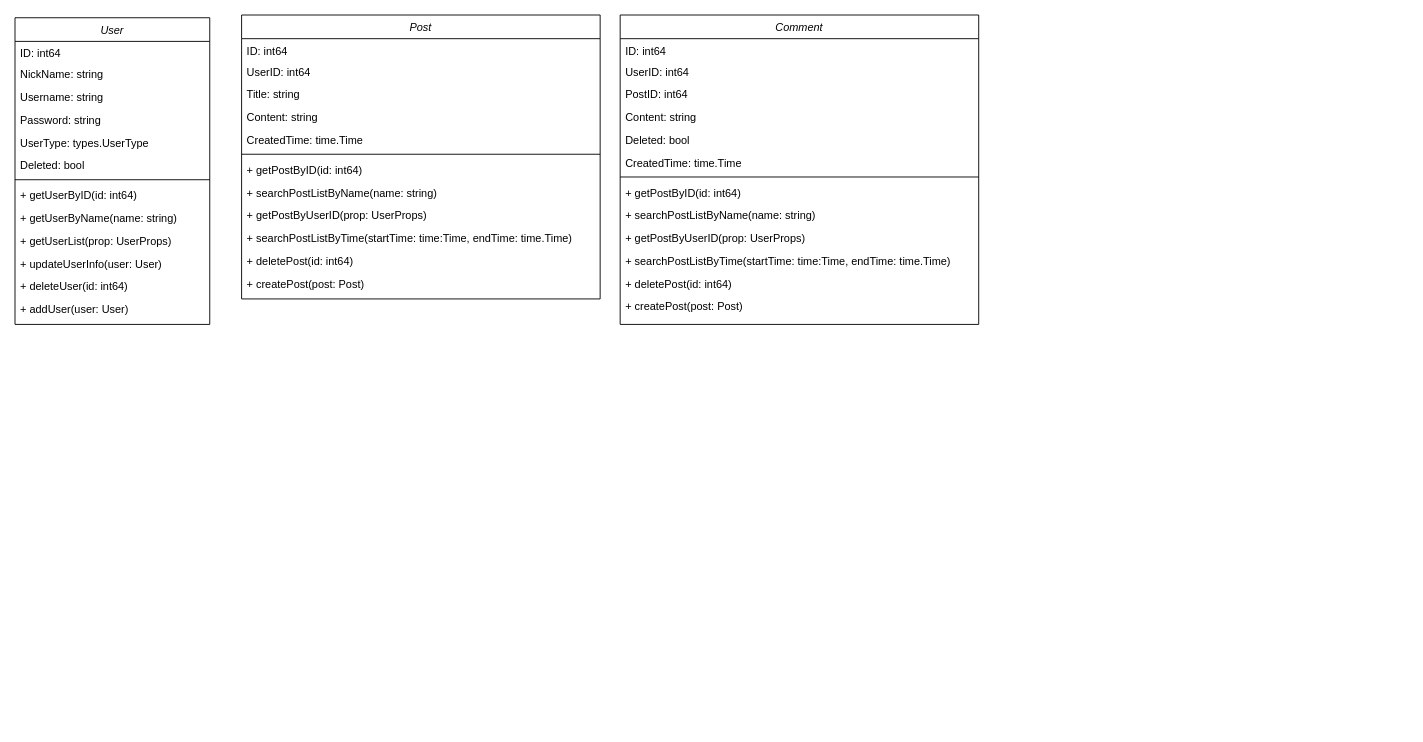
Above: 毕业设计CQUPT/类图.drawio in myjdml/drowio (draw.io), before the change. Source tidied: cells renumbered, new cells numbered last; positions are measured from the earlier drawing's top-left corner, leaving out a move shared by most shapes. Both pictures are drawn from the tidied source at 91%, with x=0, y=0 at pixel (15, 15).
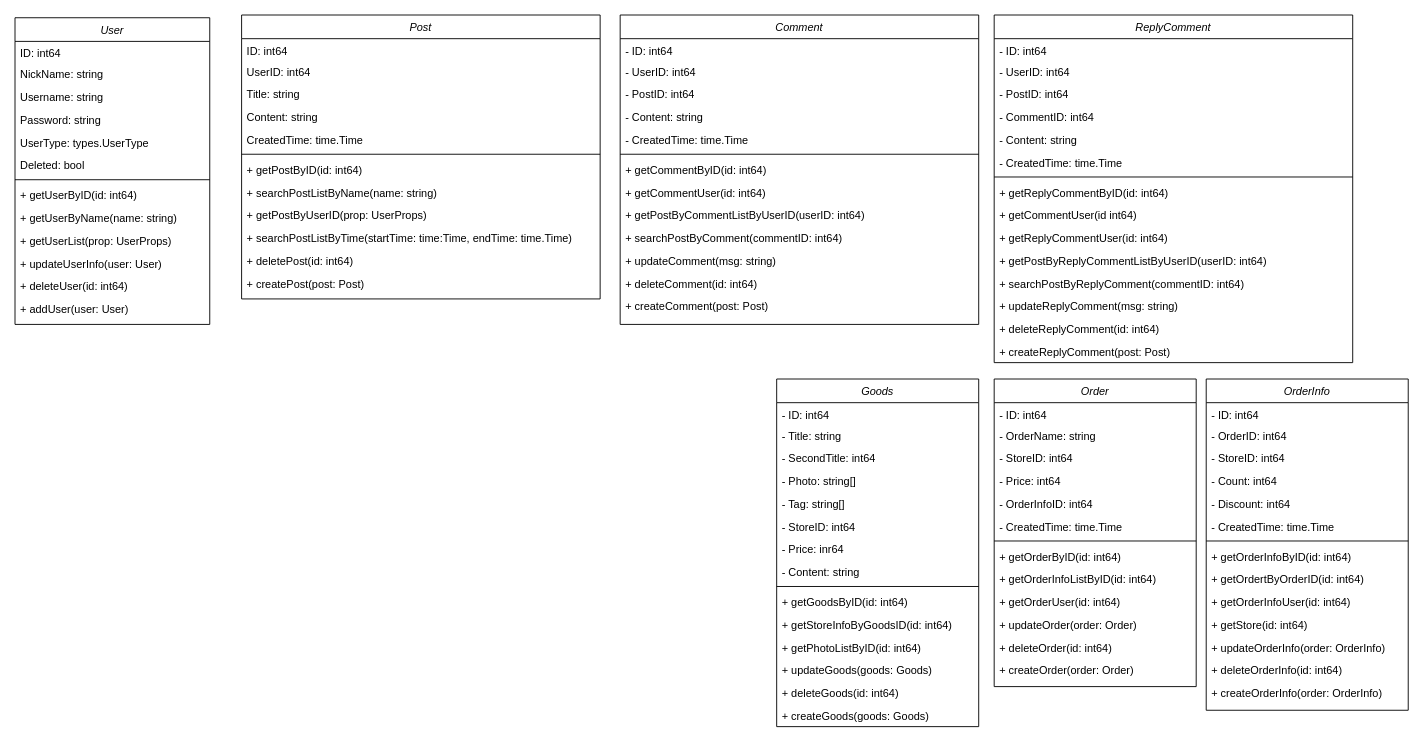
The same diagram, later.

Unchanged cells that the change refers to:
```xml
<mxCell id="29" value="Comment" style="swimlane;fontStyle=2;align=center;verticalAlign=top;horizontal=1;startSize=26;rounded=0;shadow=0;strokeWidth=1;" parent="1" vertex="1">
  <mxGeometry x="665" width="394" height="340" as="geometry" />
</mxCell>
```

The edit, as a diff of the source:
```diff
@@
-    <mxCell id="30" value="ID: int64" style="text;align=left;verticalAlign=top;spacingLeft=4;spacingRight=4;overflow=hidden;" parent="29" vertex="1">
+    <mxCell id="30" value="- ID: int64" style="text;align=left;verticalAlign=top;spacingLeft=4;spacingRight=4;overflow=hidden;" parent="29" vertex="1">
       <mxGeometry y="26" width="394" height="23" as="geometry" />
     </mxCell>
-    <mxCell id="31" value="UserID: int64" style="text;align=left;verticalAlign=top;spacingLeft=4;spacingRight=4;overflow=hidden;rounded=0;shadow=0;html=0;" parent="29" vertex="1">
+    <mxCell id="31" value="- UserID: int64" style="text;align=left;verticalAlign=top;spacingLeft=4;spacingRight=4;overflow=hidden;rounded=0;shadow=0;html=0;" parent="29" vertex="1">
       <mxGeometry y="49" width="394" height="25" as="geometry" />
     </mxCell>
-    <mxCell id="32" value="PostID: int64" style="text;align=left;verticalAlign=top;spacingLeft=4;spacingRight=4;overflow=hidden;rounded=0;shadow=0;html=0;" parent="29" vertex="1">
+    <mxCell id="32" value="- PostID: int64" style="text;align=left;verticalAlign=top;spacingLeft=4;spacingRight=4;overflow=hidden;rounded=0;shadow=0;html=0;" parent="29" vertex="1">
       <mxGeometry y="74" width="394" height="25" as="geometry" />
     </mxCell>
-    <mxCell id="33" value="Content: string" style="text;align=left;verticalAlign=top;spacingLeft=4;spacingRight=4;overflow=hidden;rounded=0;shadow=0;html=0;" parent="29" vertex="1">
+    <mxCell id="33" value="- Content: string" style="text;align=left;verticalAlign=top;spacingLeft=4;spacingRight=4;overflow=hidden;rounded=0;shadow=0;html=0;" parent="29" vertex="1">
       <mxGeometry y="99" width="394" height="25" as="geometry" />
     </mxCell>
-    <mxCell id="34" value="Deleted: bool" style="text;align=left;verticalAlign=top;spacingLeft=4;spacingRight=4;overflow=hidden;rounded=0;shadow=0;html=0;" parent="29" vertex="1">
-      <mxGeometry y="124" width="394" height="25" as="geometry" />
-    </mxCell>
-    <mxCell id="35" value="CreatedTime: time.Time" style="text;align=left;verticalAlign=top;spacingLeft=4;spacingRight=4;overflow=hidden;rounded=0;shadow=0;html=0;" parent="29" vertex="1">
-      <mxGeometry y="149" width="394" height="25" as="geometry" />
+    <mxCell id="35" value="- CreatedTime: time.Time" style="text;align=left;verticalAlign=top;spacingLeft=4;spacingRight=4;overflow=hidden;rounded=0;shadow=0;html=0;" parent="29" vertex="1">
+      <mxGeometry y="124" width="394" height="25" as="geometry" />
     </mxCell>
     <mxCell id="36" style="line;html=1;strokeWidth=1;align=left;verticalAlign=middle;spacingTop=-1;spacingLeft=3;spacingRight=3;labelPosition=right;" parent="29" vertex="1">
-      <mxGeometry y="174" width="394" height="8" as="geometry" />
+      <mxGeometry y="149" width="394" height="8" as="geometry" />
     </mxCell>
-    <mxCell id="37" value="+ getPostByID(id: int64)" style="text;align=left;verticalAlign=top;spacingLeft=4;spacingRight=4;overflow=hidden;rounded=0;shadow=0;html=0;" parent="29" vertex="1">
-      <mxGeometry y="182" width="394" height="25" as="geometry" />
+    <mxCell id="37" value="+ getCommentByID(id: int64)" style="text;align=left;verticalAlign=top;spacingLeft=4;spacingRight=4;overflow=hidden;rounded=0;shadow=0;html=0;" parent="29" vertex="1">
+      <mxGeometry y="157" width="394" height="25" as="geometry" />
     </mxCell>
-    <mxCell id="38" value="+ searchPostListByName(name: string)" style="text;align=left;verticalAlign=top;spacingLeft=4;spacingRight=4;overflow=hidden;rounded=0;shadow=0;html=0;" parent="29" vertex="1">
-      <mxGeometry y="207" width="394" height="25" as="geometry" />
-    </mxCell>
+    <mxCell id="43" value="+ getCommentUser(id: int64)" style="text;align=left;verticalAlign=top;spacingLeft=4;spacingRight=4;overflow=hidden;rounded=0;shadow=0;html=0;" parent="29" vertex="1">
+      <mxGeometry y="182" width="394" height="25" as="geometry" />
+    </mxCell>
-    <mxCell id="39" value="+ getPostByUserID(prop: UserProps)" style="text;align=left;verticalAlign=top;spacingLeft=4;spacingRight=4;overflow=hidden;rounded=0;shadow=0;html=0;" parent="29" vertex="1">
-      <mxGeometry y="232" width="394" height="25" as="geometry" />
+    <mxCell id="39" value="+ getPostByCommentListByUserID(userID: int64)" style="text;align=left;verticalAlign=top;spacingLeft=4;spacingRight=4;overflow=hidden;rounded=0;shadow=0;html=0;" parent="29" vertex="1">
+      <mxGeometry y="207" width="394" height="25" as="geometry" />
     </mxCell>
-    <mxCell id="40" value="+ searchPostListByTime(startTime: time:Time, endTime: time.Time)" style="text;align=left;verticalAlign=top;spacingLeft=4;spacingRight=4;overflow=hidden;rounded=0;shadow=0;html=0;" parent="29" vertex="1">
-      <mxGeometry y="257" width="394" height="25" as="geometry" />
+    <mxCell id="40" value="+ searchPostByComment(commentID: int64)" style="text;align=left;verticalAlign=top;spacingLeft=4;spacingRight=4;overflow=hidden;rounded=0;shadow=0;html=0;" parent="29" vertex="1">
+      <mxGeometry y="232" width="394" height="25" as="geometry" />
     </mxCell>
+    <mxCell id="44" value="+ updateComment(msg: string)" style="text;align=left;verticalAlign=top;spacingLeft=4;spacingRight=4;overflow=hidden;rounded=0;shadow=0;html=0;" parent="29" vertex="1">
+      <mxGeometry y="257" width="394" height="25" as="geometry" />
+    </mxCell>
-    <mxCell id="41" value="+ deletePost(id: int64)" style="text;align=left;verticalAlign=top;spacingLeft=4;spacingRight=4;overflow=hidden;rounded=0;shadow=0;html=0;" parent="29" vertex="1">
+    <mxCell id="41" value="+ deleteComment(id: int64)" style="text;align=left;verticalAlign=top;spacingLeft=4;spacingRight=4;overflow=hidden;rounded=0;shadow=0;html=0;" parent="29" vertex="1">
       <mxGeometry y="282" width="394" height="25" as="geometry" />
     </mxCell>
-    <mxCell id="42" value="+ createPost(post: Post)" style="text;align=left;verticalAlign=top;spacingLeft=4;spacingRight=4;overflow=hidden;rounded=0;shadow=0;html=0;" parent="29" vertex="1">
+    <mxCell id="42" value="+ createComment(post: Post)" style="text;align=left;verticalAlign=top;spacingLeft=4;spacingRight=4;overflow=hidden;rounded=0;shadow=0;html=0;" parent="29" vertex="1">
       <mxGeometry y="307" width="394" height="25" as="geometry" />
     </mxCell>
+    <mxCell id="45" value="ReplyComment" style="swimlane;fontStyle=2;align=center;verticalAlign=top;horizontal=1;startSize=26;rounded=0;shadow=0;strokeWidth=1;" parent="1" vertex="1">
+      <mxGeometry x="1076" width="394" height="382" as="geometry" />
+    </mxCell>
+    <mxCell id="46" value="- ID: int64" style="text;align=left;verticalAlign=top;spacingLeft=4;spacingRight=4;overflow=hidden;" parent="45" vertex="1">
+      <mxGeometry y="26" width="394" height="23" as="geometry" />
+    </mxCell>
+    <mxCell id="47" value="- UserID: int64" style="text;align=left;verticalAlign=top;spacingLeft=4;spacingRight=4;overflow=hidden;rounded=0;shadow=0;html=0;" parent="45" vertex="1">
+      <mxGeometry y="49" width="394" height="25" as="geometry" />
+    </mxCell>
+    <mxCell id="48" value="- PostID: int64" style="text;align=left;verticalAlign=top;spacingLeft=4;spacingRight=4;overflow=hidden;rounded=0;shadow=0;html=0;" parent="45" vertex="1">
+      <mxGeometry y="74" width="394" height="25" as="geometry" />
+    </mxCell>
+    <mxCell id="49" value="- CommentID: int64" style="text;align=left;verticalAlign=top;spacingLeft=4;spacingRight=4;overflow=hidden;rounded=0;shadow=0;html=0;" parent="45" vertex="1">
+      <mxGeometry y="99" width="394" height="25" as="geometry" />
+    </mxCell>
+    <mxCell id="50" value="- Content: string" style="text;align=left;verticalAlign=top;spacingLeft=4;spacingRight=4;overflow=hidden;rounded=0;shadow=0;html=0;" parent="45" vertex="1">
+      <mxGeometry y="124" width="394" height="25" as="geometry" />
+    </mxCell>
+    <mxCell id="51" value="- CreatedTime: time.Time" style="text;align=left;verticalAlign=top;spacingLeft=4;spacingRight=4;overflow=hidden;rounded=0;shadow=0;html=0;" parent="45" vertex="1">
+      <mxGeometry y="149" width="394" height="25" as="geometry" />
+    </mxCell>
+    <mxCell id="52" style="line;html=1;strokeWidth=1;align=left;verticalAlign=middle;spacingTop=-1;spacingLeft=3;spacingRight=3;labelPosition=right;" parent="45" vertex="1">
+      <mxGeometry y="174" width="394" height="8" as="geometry" />
+    </mxCell>
+    <mxCell id="53" value="+ getReplyCommentByID(id: int64)" style="text;align=left;verticalAlign=top;spacingLeft=4;spacingRight=4;overflow=hidden;rounded=0;shadow=0;html=0;" parent="45" vertex="1">
+      <mxGeometry y="182" width="394" height="25" as="geometry" />
+    </mxCell>
+    <mxCell id="54" value="+ getCommentUser(id int64)" style="text;align=left;verticalAlign=top;spacingLeft=4;spacingRight=4;overflow=hidden;rounded=0;shadow=0;html=0;" parent="45" vertex="1">
+      <mxGeometry y="207" width="394" height="25" as="geometry" />
+    </mxCell>
+    <mxCell id="55" value="+ getReplyCommentUser(id: int64)" style="text;align=left;verticalAlign=top;spacingLeft=4;spacingRight=4;overflow=hidden;rounded=0;shadow=0;html=0;" parent="45" vertex="1">
+      <mxGeometry y="232" width="394" height="25" as="geometry" />
+    </mxCell>
+    <mxCell id="56" value="+ getPostByReplyCommentListByUserID(userID: int64)" style="text;align=left;verticalAlign=top;spacingLeft=4;spacingRight=4;overflow=hidden;rounded=0;shadow=0;html=0;" parent="45" vertex="1">
+      <mxGeometry y="257" width="394" height="25" as="geometry" />
+    </mxCell>
+    <mxCell id="57" value="+ searchPostByReplyComment(commentID: int64)" style="text;align=left;verticalAlign=top;spacingLeft=4;spacingRight=4;overflow=hidden;rounded=0;shadow=0;html=0;" parent="45" vertex="1">
+      <mxGeometry y="282" width="394" height="25" as="geometry" />
+    </mxCell>
+    <mxCell id="58" value="+ updateReplyComment(msg: string)" style="text;align=left;verticalAlign=top;spacingLeft=4;spacingRight=4;overflow=hidden;rounded=0;shadow=0;html=0;" parent="45" vertex="1">
+      <mxGeometry y="307" width="394" height="25" as="geometry" />
+    </mxCell>
+    <mxCell id="59" value="+ deleteReplyComment(id: int64)" style="text;align=left;verticalAlign=top;spacingLeft=4;spacingRight=4;overflow=hidden;rounded=0;shadow=0;html=0;" parent="45" vertex="1">
+      <mxGeometry y="332" width="394" height="25" as="geometry" />
+    </mxCell>
+    <mxCell id="60" value="+ createReplyComment(post: Post)" style="text;align=left;verticalAlign=top;spacingLeft=4;spacingRight=4;overflow=hidden;rounded=0;shadow=0;html=0;" parent="45" vertex="1">
+      <mxGeometry y="357" width="394" height="25" as="geometry" />
+    </mxCell>
+    <mxCell id="61" value="Order" style="swimlane;fontStyle=2;align=center;verticalAlign=top;horizontal=1;startSize=26;rounded=0;shadow=0;strokeWidth=1;" parent="1" vertex="1">
+      <mxGeometry x="1076" y="400" width="222" height="338" as="geometry" />
+    </mxCell>
+    <mxCell id="62" value="- ID: int64" style="text;align=left;verticalAlign=top;spacingLeft=4;spacingRight=4;overflow=hidden;" parent="61" vertex="1">
+      <mxGeometry y="26" width="222" height="23" as="geometry" />
+    </mxCell>
+    <mxCell id="63" value="- OrderName: string" style="text;align=left;verticalAlign=top;spacingLeft=4;spacingRight=4;overflow=hidden;rounded=0;shadow=0;html=0;" parent="61" vertex="1">
+      <mxGeometry y="49" width="222" height="25" as="geometry" />
+    </mxCell>
+    <mxCell id="64" value="- StoreID: int64" style="text;align=left;verticalAlign=top;spacingLeft=4;spacingRight=4;overflow=hidden;rounded=0;shadow=0;html=0;" parent="61" vertex="1">
+      <mxGeometry y="74" width="222" height="25" as="geometry" />
+    </mxCell>
+    <mxCell id="65" value="- Price: int64" style="text;align=left;verticalAlign=top;spacingLeft=4;spacingRight=4;overflow=hidden;rounded=0;shadow=0;html=0;" parent="61" vertex="1">
+      <mxGeometry y="99" width="222" height="25" as="geometry" />
+    </mxCell>
+    <mxCell id="66" value="- OrderInfoID: int64" style="text;align=left;verticalAlign=top;spacingLeft=4;spacingRight=4;overflow=hidden;rounded=0;shadow=0;html=0;" parent="61" vertex="1">
+      <mxGeometry y="124" width="222" height="25" as="geometry" />
+    </mxCell>
+    <mxCell id="67" value="- CreatedTime: time.Time" style="text;align=left;verticalAlign=top;spacingLeft=4;spacingRight=4;overflow=hidden;rounded=0;shadow=0;html=0;" parent="61" vertex="1">
+      <mxGeometry y="149" width="222" height="25" as="geometry" />
+    </mxCell>
+    <mxCell id="68" style="line;html=1;strokeWidth=1;align=left;verticalAlign=middle;spacingTop=-1;spacingLeft=3;spacingRight=3;labelPosition=right;" parent="61" vertex="1">
+      <mxGeometry y="174" width="222" height="8" as="geometry" />
+    </mxCell>
+    <mxCell id="69" value="+ getOrderByID(id: int64)" style="text;align=left;verticalAlign=top;spacingLeft=4;spacingRight=4;overflow=hidden;rounded=0;shadow=0;html=0;" parent="61" vertex="1">
+      <mxGeometry y="182" width="222" height="25" as="geometry" />
+    </mxCell>
+    <mxCell id="70" value="+ getOrderInfoListByID(id: int64)" style="text;align=left;verticalAlign=top;spacingLeft=4;spacingRight=4;overflow=hidden;rounded=0;shadow=0;html=0;" parent="61" vertex="1">
+      <mxGeometry y="207" width="222" height="25" as="geometry" />
+    </mxCell>
+    <mxCell id="71" value="+ getOrderUser(id: int64)" style="text;align=left;verticalAlign=top;spacingLeft=4;spacingRight=4;overflow=hidden;rounded=0;shadow=0;html=0;" parent="61" vertex="1">
+      <mxGeometry y="232" width="222" height="25" as="geometry" />
+    </mxCell>
+    <mxCell id="72" value="+ updateOrder(order: Order)" style="text;align=left;verticalAlign=top;spacingLeft=4;spacingRight=4;overflow=hidden;rounded=0;shadow=0;html=0;" parent="61" vertex="1">
+      <mxGeometry y="257" width="222" height="25" as="geometry" />
+    </mxCell>
+    <mxCell id="73" value="+ deleteOrder(id: int64)" style="text;align=left;verticalAlign=top;spacingLeft=4;spacingRight=4;overflow=hidden;rounded=0;shadow=0;html=0;" parent="61" vertex="1">
+      <mxGeometry y="282" width="222" height="25" as="geometry" />
+    </mxCell>
+    <mxCell id="74" value="+ createOrder(order: Order)" style="text;align=left;verticalAlign=top;spacingLeft=4;spacingRight=4;overflow=hidden;rounded=0;shadow=0;html=0;" parent="61" vertex="1">
+      <mxGeometry y="307" width="222" height="25" as="geometry" />
+    </mxCell>
+    <mxCell id="75" value="OrderInfo" style="swimlane;fontStyle=2;align=center;verticalAlign=top;horizontal=1;startSize=26;rounded=0;shadow=0;strokeWidth=1;" parent="1" vertex="1">
+      <mxGeometry x="1309" y="400" width="222" height="364" as="geometry" />
+    </mxCell>
+    <mxCell id="76" value="- ID: int64" style="text;align=left;verticalAlign=top;spacingLeft=4;spacingRight=4;overflow=hidden;" parent="75" vertex="1">
+      <mxGeometry y="26" width="222" height="23" as="geometry" />
+    </mxCell>
+    <mxCell id="77" value="- OrderID: int64" style="text;align=left;verticalAlign=top;spacingLeft=4;spacingRight=4;overflow=hidden;rounded=0;shadow=0;html=0;" parent="75" vertex="1">
+      <mxGeometry y="49" width="222" height="25" as="geometry" />
+    </mxCell>
+    <mxCell id="78" value="- StoreID: int64" style="text;align=left;verticalAlign=top;spacingLeft=4;spacingRight=4;overflow=hidden;rounded=0;shadow=0;html=0;" parent="75" vertex="1">
+      <mxGeometry y="74" width="222" height="25" as="geometry" />
+    </mxCell>
+    <mxCell id="79" value="- Count: int64" style="text;align=left;verticalAlign=top;spacingLeft=4;spacingRight=4;overflow=hidden;rounded=0;shadow=0;html=0;" parent="75" vertex="1">
+      <mxGeometry y="99" width="222" height="25" as="geometry" />
+    </mxCell>
+    <mxCell id="80" value="- Discount: int64" style="text;align=left;verticalAlign=top;spacingLeft=4;spacingRight=4;overflow=hidden;rounded=0;shadow=0;html=0;" parent="75" vertex="1">
+      <mxGeometry y="124" width="222" height="25" as="geometry" />
+    </mxCell>
+    <mxCell id="81" value="- CreatedTime: time.Time" style="text;align=left;verticalAlign=top;spacingLeft=4;spacingRight=4;overflow=hidden;rounded=0;shadow=0;html=0;" parent="75" vertex="1">
+      <mxGeometry y="149" width="222" height="25" as="geometry" />
+    </mxCell>
+    <mxCell id="82" style="line;html=1;strokeWidth=1;align=left;verticalAlign=middle;spacingTop=-1;spacingLeft=3;spacingRight=3;labelPosition=right;" parent="75" vertex="1">
+      <mxGeometry y="174" width="222" height="8" as="geometry" />
+    </mxCell>
+    <mxCell id="83" value="+ getOrderInfoByID(id: int64)" style="text;align=left;verticalAlign=top;spacingLeft=4;spacingRight=4;overflow=hidden;rounded=0;shadow=0;html=0;" parent="75" vertex="1">
+      <mxGeometry y="182" width="222" height="25" as="geometry" />
+    </mxCell>
+    <mxCell id="84" value="+ getOrdertByOrderID(id: int64)" style="text;align=left;verticalAlign=top;spacingLeft=4;spacingRight=4;overflow=hidden;rounded=0;shadow=0;html=0;" parent="75" vertex="1">
+      <mxGeometry y="207" width="222" height="25" as="geometry" />
+    </mxCell>
+    <mxCell id="85" value="+ getOrderInfoUser(id: int64)" style="text;align=left;verticalAlign=top;spacingLeft=4;spacingRight=4;overflow=hidden;rounded=0;shadow=0;html=0;" parent="75" vertex="1">
+      <mxGeometry y="232" width="222" height="25" as="geometry" />
+    </mxCell>
+    <mxCell id="86" value="+ getStore(id: int64)" style="text;align=left;verticalAlign=top;spacingLeft=4;spacingRight=4;overflow=hidden;rounded=0;shadow=0;html=0;" parent="75" vertex="1">
+      <mxGeometry y="257" width="222" height="25" as="geometry" />
+    </mxCell>
+    <mxCell id="87" value="+ updateOrderInfo(order: OrderInfo)" style="text;align=left;verticalAlign=top;spacingLeft=4;spacingRight=4;overflow=hidden;rounded=0;shadow=0;html=0;" parent="75" vertex="1">
+      <mxGeometry y="282" width="222" height="25" as="geometry" />
+    </mxCell>
+    <mxCell id="88" value="+ deleteOrderInfo(id: int64)" style="text;align=left;verticalAlign=top;spacingLeft=4;spacingRight=4;overflow=hidden;rounded=0;shadow=0;html=0;" parent="75" vertex="1">
+      <mxGeometry y="307" width="222" height="25" as="geometry" />
+    </mxCell>
+    <mxCell id="89" value="+ createOrderInfo(order: OrderInfo)" style="text;align=left;verticalAlign=top;spacingLeft=4;spacingRight=4;overflow=hidden;rounded=0;shadow=0;html=0;" parent="75" vertex="1">
+      <mxGeometry y="332" width="222" height="25" as="geometry" />
+    </mxCell>
+    <mxCell id="90" value="Goods" style="swimlane;fontStyle=2;align=center;verticalAlign=top;horizontal=1;startSize=26;rounded=0;shadow=0;strokeWidth=1;" parent="1" vertex="1">
+      <mxGeometry x="837" y="400" width="222" height="382" as="geometry" />
+    </mxCell>
+    <mxCell id="91" value="- ID: int64" style="text;align=left;verticalAlign=top;spacingLeft=4;spacingRight=4;overflow=hidden;" parent="90" vertex="1">
+      <mxGeometry y="26" width="222" height="23" as="geometry" />
+    </mxCell>
+    <mxCell id="92" value="- Title: string" style="text;align=left;verticalAlign=top;spacingLeft=4;spacingRight=4;overflow=hidden;rounded=0;shadow=0;html=0;" parent="90" vertex="1">
+      <mxGeometry y="49" width="222" height="25" as="geometry" />
+    </mxCell>
+    <mxCell id="93" value="- SecondTitle: int64" style="text;align=left;verticalAlign=top;spacingLeft=4;spacingRight=4;overflow=hidden;rounded=0;shadow=0;html=0;" parent="90" vertex="1">
+      <mxGeometry y="74" width="222" height="25" as="geometry" />
+    </mxCell>
+    <mxCell id="94" value="- Photo: string[]" style="text;align=left;verticalAlign=top;spacingLeft=4;spacingRight=4;overflow=hidden;rounded=0;shadow=0;html=0;" parent="90" vertex="1">
+      <mxGeometry y="99" width="222" height="25" as="geometry" />
+    </mxCell>
+    <mxCell id="95" value="- Tag: string[]" style="text;align=left;verticalAlign=top;spacingLeft=4;spacingRight=4;overflow=hidden;rounded=0;shadow=0;html=0;" parent="90" vertex="1">
+      <mxGeometry y="124" width="222" height="25" as="geometry" />
+    </mxCell>
+    <mxCell id="96" value="- StoreID: int64" style="text;align=left;verticalAlign=top;spacingLeft=4;spacingRight=4;overflow=hidden;rounded=0;shadow=0;html=0;" parent="90" vertex="1">
+      <mxGeometry y="149" width="222" height="25" as="geometry" />
+    </mxCell>
+    <mxCell id="97" value="- Price: inr64" style="text;align=left;verticalAlign=top;spacingLeft=4;spacingRight=4;overflow=hidden;rounded=0;shadow=0;html=0;" parent="90" vertex="1">
+      <mxGeometry y="174" width="222" height="25" as="geometry" />
+    </mxCell>
+    <mxCell id="98" value="- Content: string" style="text;align=left;verticalAlign=top;spacingLeft=4;spacingRight=4;overflow=hidden;rounded=0;shadow=0;html=0;" parent="90" vertex="1">
+      <mxGeometry y="199" width="222" height="25" as="geometry" />
+    </mxCell>
+    <mxCell id="99" style="line;html=1;strokeWidth=1;align=left;verticalAlign=middle;spacingTop=-1;spacingLeft=3;spacingRight=3;labelPosition=right;" parent="90" vertex="1">
+      <mxGeometry y="224" width="222" height="8" as="geometry" />
+    </mxCell>
+    <mxCell id="100" value="+ getGoodsByID(id: int64)" style="text;align=left;verticalAlign=top;spacingLeft=4;spacingRight=4;overflow=hidden;rounded=0;shadow=0;html=0;" parent="90" vertex="1">
+      <mxGeometry y="232" width="222" height="25" as="geometry" />
+    </mxCell>
+    <mxCell id="101" value="+ getStoreInfoByGoodsID(id: int64)" style="text;align=left;verticalAlign=top;spacingLeft=4;spacingRight=4;overflow=hidden;rounded=0;shadow=0;html=0;" parent="90" vertex="1">
+      <mxGeometry y="257" width="222" height="25" as="geometry" />
+    </mxCell>
+    <mxCell id="102" value="+ getPhotoListByID(id: int64)" style="text;align=left;verticalAlign=top;spacingLeft=4;spacingRight=4;overflow=hidden;rounded=0;shadow=0;html=0;" parent="90" vertex="1">
+      <mxGeometry y="282" width="222" height="25" as="geometry" />
+    </mxCell>
+    <mxCell id="103" value="+ updateGoods(goods: Goods)" style="text;align=left;verticalAlign=top;spacingLeft=4;spacingRight=4;overflow=hidden;rounded=0;shadow=0;html=0;" parent="90" vertex="1">
+      <mxGeometry y="307" width="222" height="25" as="geometry" />
+    </mxCell>
+    <mxCell id="104" value="+ deleteGoods(id: int64)" style="text;align=left;verticalAlign=top;spacingLeft=4;spacingRight=4;overflow=hidden;rounded=0;shadow=0;html=0;" parent="90" vertex="1">
+      <mxGeometry y="332" width="222" height="25" as="geometry" />
+    </mxCell>
+    <mxCell id="105" value="+ createGoods(goods: Goods)" style="text;align=left;verticalAlign=top;spacingLeft=4;spacingRight=4;overflow=hidden;rounded=0;shadow=0;html=0;" parent="90" vertex="1">
+      <mxGeometry y="357" width="222" height="25" as="geometry" />
+    </mxCell>
```
